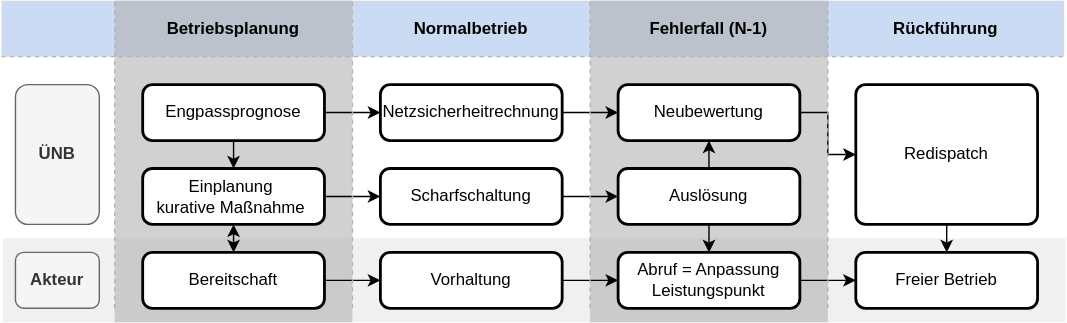
This is figures/chapter_2/curative_process.svg from nikolaus0812/Masterarbeit-Ausgestaltung-eines-Marktmechanismus-fuer-kurative-Systemfuehrung-zur-Engpassbehebung, a draw.io export, as it was before one commit. Source tidied: cells renumbered, new cells last; positions are measured from the earlier drawing's top-left corner, leaving out a move shared by most shapes.
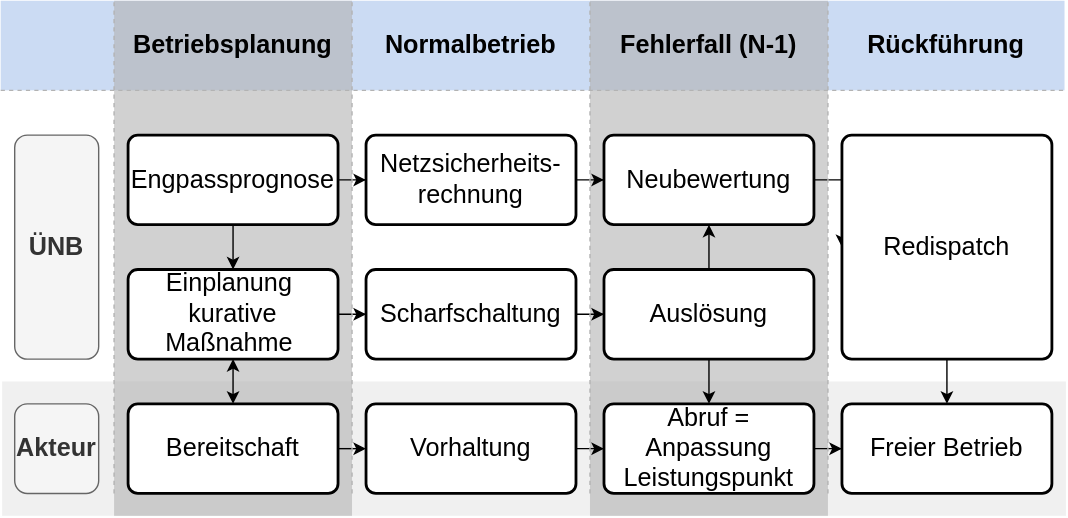
Above is the later version.

What changed in the source:
```diff
@@ -2,17 +2,17 @@
   <root>
     <mxCell id="0" />
     <mxCell id="1" parent="0" />
-    <mxCell id="2" style="rounded=0;whiteSpace=wrap;html=1;opacity=60;gradientColor=none;fillColor=light-dark(#E6E6E6,#EDEDED);strokeColor=none;fontSize=12;" parent="1" vertex="1">
-      <mxGeometry x="1" y="170" width="760" height="60" as="geometry" />
+    <mxCell id="2" style="rounded=0;whiteSpace=wrap;html=1;opacity=60;gradientColor=none;fillColor=light-dark(#E6E6E6,#EDEDED);strokeColor=none;fontSize=18;" parent="1" vertex="1">
+      <mxGeometry x="1" y="284" width="760" height="96" as="geometry" />
     </mxCell>
-    <mxCell id="3" style="rounded=0;whiteSpace=wrap;html=1;opacity=60;gradientColor=none;fillColor=light-dark(#A9C4EB,#EDEDED);strokeColor=none;fontSize=12;" parent="1" vertex="1">
-      <mxGeometry width="760" height="40" as="geometry" />
+    <mxCell id="3" style="rounded=0;whiteSpace=wrap;html=1;opacity=60;gradientColor=none;fillColor=light-dark(#A9C4EB,#EDEDED);strokeColor=none;fontSize=18;" parent="1" vertex="1">
+      <mxGeometry y="12" width="760" height="64" as="geometry" />
     </mxCell>
-    <mxCell id="4" style="rounded=0;whiteSpace=wrap;html=1;opacity=60;gradientColor=none;fillColor=light-dark(#B3B3B3,#EDEDED);strokeColor=none;fontSize=12;" parent="1" vertex="1">
-      <mxGeometry x="421" width="170" height="230" as="geometry" />
+    <mxCell id="4" style="rounded=0;whiteSpace=wrap;html=1;opacity=60;gradientColor=none;fillColor=light-dark(#B3B3B3,#EDEDED);strokeColor=none;fontSize=18;" parent="1" vertex="1">
+      <mxGeometry x="421" y="12" width="170" height="368" as="geometry" />
     </mxCell>
-    <mxCell id="5" style="rounded=0;whiteSpace=wrap;html=1;opacity=60;gradientColor=none;fillColor=light-dark(#B3B3B3,#EDEDED);strokeColor=none;fontSize=12;" parent="1" vertex="1">
-      <mxGeometry x="81" width="170" height="230" as="geometry" />
+    <mxCell id="5" style="rounded=0;whiteSpace=wrap;html=1;opacity=60;gradientColor=none;fillColor=light-dark(#B3B3B3,#EDEDED);strokeColor=none;fontSize=18;" parent="1" vertex="1">
+      <mxGeometry x="81" y="12" width="170" height="368" as="geometry" />
     </mxCell>
     <mxCell id="6" style="edgeStyle=orthogonalEdgeStyle;rounded=0;jettySize=auto;html=1;exitX=0.5;exitY=1;exitDx=0;exitDy=0;entryX=0.5;entryY=0;entryDx=0;entryDy=0;" parent="1" edge="1" source="8" target="13">
       <mxGeometry relative="1" as="geometry" />
@@ -20,79 +20,79 @@
     <mxCell id="7" style="edgeStyle=orthogonalEdgeStyle;rounded=0;jettySize=auto;html=1;" parent="1" edge="1" source="8" target="20">
       <mxGeometry relative="1" as="geometry" />
     </mxCell>
-    <mxCell id="8" value="Engpassprognose" style="rounded=1;whiteSpace=wrap;html=1;absoluteArcSize=1;arcSize=14;strokeWidth=2;fontSize=12;" parent="1" vertex="1">
-      <mxGeometry x="101" y="60" width="130" height="40" as="geometry" />
+    <mxCell id="8" value="Engpassprognose" style="rounded=1;whiteSpace=wrap;html=1;absoluteArcSize=1;arcSize=14;strokeWidth=2;fontSize=18;" parent="1" vertex="1">
+      <mxGeometry x="91" y="108" width="150" height="64" as="geometry" />
     </mxCell>
-    <mxCell id="9" value="ÜNB" style="text;html=1;whiteSpace=wrap;strokeColor=#666666;fillColor=#f5f5f5;align=center;verticalAlign=middle;rounded=1;fontSize=12;fontStyle=1;fontColor=#333333;" parent="1" vertex="1">
-      <mxGeometry x="10" y="60" width="60" height="100" as="geometry" />
+    <mxCell id="9" value="ÜNB" style="text;html=1;whiteSpace=wrap;strokeColor=#666666;fillColor=#f5f5f5;align=center;verticalAlign=middle;rounded=1;fontSize=18;fontStyle=1;fontColor=#333333;" parent="1" vertex="1">
+      <mxGeometry x="10" y="108" width="60" height="160" as="geometry" />
     </mxCell>
-    <mxCell id="10" value="Akteur" style="text;html=1;whiteSpace=wrap;strokeColor=#666666;fillColor=#f5f5f5;align=center;verticalAlign=middle;rounded=1;fontSize=12;fontStyle=1;fontColor=#333333;" parent="1" vertex="1">
-      <mxGeometry x="10" y="180" width="60" height="40" as="geometry" />
+    <mxCell id="10" value="Akteur" style="text;html=1;whiteSpace=wrap;strokeColor=#666666;fillColor=#f5f5f5;align=center;verticalAlign=middle;rounded=1;fontSize=18;fontStyle=1;fontColor=#333333;" parent="1" vertex="1">
+      <mxGeometry x="10" y="300" width="60" height="64" as="geometry" />
     </mxCell>
     <mxCell id="11" style="edgeStyle=orthogonalEdgeStyle;rounded=0;jettySize=auto;html=1;entryX=0.5;entryY=0;entryDx=0;entryDy=0;startArrow=classic;startFill=1;" parent="1" edge="1" target="15">
       <mxGeometry relative="1" as="geometry">
-        <mxPoint x="166" y="160" as="sourcePoint" />
+        <mxPoint x="166" y="268" as="sourcePoint" />
       </mxGeometry>
     </mxCell>
     <mxCell id="12" style="edgeStyle=orthogonalEdgeStyle;rounded=0;jettySize=auto;html=1;exitX=1;exitY=0.5;exitDx=0;exitDy=0;" parent="1" edge="1" source="13" target="22">
       <mxGeometry relative="1" as="geometry" />
     </mxCell>
-    <mxCell id="13" value="Einplanung&amp;nbsp;&lt;div&gt;kurative Maßnahme&amp;nbsp;&lt;/div&gt;" style="rounded=1;whiteSpace=wrap;html=1;absoluteArcSize=1;arcSize=14;strokeWidth=2;fontSize=12;" parent="1" vertex="1">
-      <mxGeometry x="101" y="120" width="130" height="40" as="geometry" />
+    <mxCell id="13" value="Einplanung&amp;nbsp;&lt;div&gt;kurative Maßnahme&amp;nbsp;&lt;/div&gt;" style="rounded=1;whiteSpace=wrap;html=1;absoluteArcSize=1;arcSize=14;strokeWidth=2;fontSize=18;" parent="1" vertex="1">
+      <mxGeometry x="91" y="204" width="150" height="64" as="geometry" />
     </mxCell>
     <mxCell id="14" style="edgeStyle=orthogonalEdgeStyle;rounded=0;jettySize=auto;html=1;exitX=1;exitY=0.5;exitDx=0;exitDy=0;entryX=0;entryY=0.5;entryDx=0;entryDy=0;" parent="1" edge="1" source="15" target="24">
       <mxGeometry relative="1" as="geometry" />
     </mxCell>
-    <mxCell id="15" value="Bereitschaft" style="rounded=1;whiteSpace=wrap;html=1;absoluteArcSize=1;arcSize=14;strokeWidth=2;fontSize=12;" parent="1" vertex="1">
-      <mxGeometry x="101" y="180" width="130" height="40" as="geometry" />
+    <mxCell id="15" value="Bereitschaft" style="rounded=1;whiteSpace=wrap;html=1;absoluteArcSize=1;arcSize=14;strokeWidth=2;fontSize=18;" parent="1" vertex="1">
+      <mxGeometry x="91" y="300" width="150" height="64" as="geometry" />
     </mxCell>
-    <mxCell id="16" style="endArrow=none;html=1;rounded=1;dashed=1;curved=0;strokeColor=#B3B3B3;fontSize=12;" parent="1" edge="1">
+    <mxCell id="16" style="endArrow=none;html=1;rounded=1;dashed=1;curved=0;strokeColor=#B3B3B3;fontSize=18;" parent="1" edge="1">
       <mxGeometry relative="1" as="geometry">
-        <mxPoint x="81" y="220" as="sourcePoint" />
-        <mxPoint x="81" as="targetPoint" />
+        <mxPoint x="81" y="364" as="sourcePoint" />
+        <mxPoint x="81" y="12" as="targetPoint" />
       </mxGeometry>
     </mxCell>
-    <mxCell id="17" style="endArrow=none;html=1;rounded=1;dashed=1;curved=0;strokeColor=#B3B3B3;fontSize=12;" parent="1" edge="1">
+    <mxCell id="17" style="endArrow=none;html=1;rounded=1;dashed=1;curved=0;strokeColor=#B3B3B3;fontSize=18;" parent="1" edge="1">
       <mxGeometry relative="1" as="geometry">
-        <mxPoint x="251" y="220" as="sourcePoint" />
-        <mxPoint x="251" as="targetPoint" />
+        <mxPoint x="251" y="364" as="sourcePoint" />
+        <mxPoint x="251" y="12" as="targetPoint" />
       </mxGeometry>
     </mxCell>
-    <mxCell id="18" style="endArrow=none;html=1;rounded=1;dashed=1;curved=0;strokeColor=#B3B3B3;fontSize=12;" parent="1" edge="1">
+    <mxCell id="18" style="endArrow=none;html=1;rounded=1;dashed=1;curved=0;strokeColor=#B3B3B3;fontSize=18;" parent="1" edge="1">
       <mxGeometry relative="1" as="geometry">
-        <mxPoint y="40" as="sourcePoint" />
-        <mxPoint x="760" y="40" as="targetPoint" />
+        <mxPoint y="76" as="sourcePoint" />
+        <mxPoint x="760" y="76" as="targetPoint" />
       </mxGeometry>
     </mxCell>
     <mxCell id="19" style="edgeStyle=orthogonalEdgeStyle;rounded=0;jettySize=auto;html=1;" parent="1" edge="1" source="20" target="27">
       <mxGeometry relative="1" as="geometry" />
     </mxCell>
-    <mxCell id="20" value="Netzsicherheitrechnung" style="rounded=1;whiteSpace=wrap;html=1;absoluteArcSize=1;arcSize=14;strokeWidth=2;fontSize=12;" parent="1" vertex="1">
-      <mxGeometry x="271" y="60" width="130" height="40" as="geometry" />
+    <mxCell id="20" value="Netzsicherheits-&#10;rechnung" style="rounded=1;whiteSpace=wrap;html=1;absoluteArcSize=1;arcSize=14;strokeWidth=2;fontSize=18;" parent="1" vertex="1">
+      <mxGeometry x="261" y="108" width="150" height="64" as="geometry" />
     </mxCell>
     <mxCell id="21" style="edgeStyle=orthogonalEdgeStyle;rounded=0;jettySize=auto;html=1;" parent="1" edge="1" source="22" target="30">
       <mxGeometry relative="1" as="geometry" />
     </mxCell>
-    <mxCell id="22" value="Scharfschaltung" style="rounded=1;whiteSpace=wrap;html=1;absoluteArcSize=1;arcSize=14;strokeWidth=2;fontSize=12;" parent="1" vertex="1">
-      <mxGeometry x="271" y="120" width="130" height="40" as="geometry" />
+    <mxCell id="22" value="Scharfschaltung" style="rounded=1;whiteSpace=wrap;html=1;absoluteArcSize=1;arcSize=14;strokeWidth=2;fontSize=18;" parent="1" vertex="1">
+      <mxGeometry x="261" y="204" width="150" height="64" as="geometry" />
     </mxCell>
     <mxCell id="23" style="edgeStyle=orthogonalEdgeStyle;rounded=0;jettySize=auto;html=1;exitX=1;exitY=0.5;exitDx=0;exitDy=0;" parent="1" edge="1" source="24" target="32">
       <mxGeometry relative="1" as="geometry" />
     </mxCell>
-    <mxCell id="24" value="Vorhaltung" style="rounded=1;whiteSpace=wrap;html=1;absoluteArcSize=1;arcSize=14;strokeWidth=2;fontSize=12;" parent="1" vertex="1">
-      <mxGeometry x="271" y="180" width="130" height="40" as="geometry" />
+    <mxCell id="24" value="Vorhaltung" style="rounded=1;whiteSpace=wrap;html=1;absoluteArcSize=1;arcSize=14;strokeWidth=2;fontSize=18;" parent="1" vertex="1">
+      <mxGeometry x="261" y="300" width="150" height="64" as="geometry" />
     </mxCell>
-    <mxCell id="25" style="endArrow=none;html=1;rounded=1;dashed=1;curved=0;strokeColor=#B3B3B3;fontSize=12;" parent="1" edge="1">
+    <mxCell id="25" style="endArrow=none;html=1;rounded=1;dashed=1;curved=0;strokeColor=#B3B3B3;fontSize=18;" parent="1" edge="1">
       <mxGeometry relative="1" as="geometry">
-        <mxPoint x="421" y="220" as="sourcePoint" />
-        <mxPoint x="421" as="targetPoint" />
+        <mxPoint x="421" y="364" as="sourcePoint" />
+        <mxPoint x="421" y="12" as="targetPoint" />
       </mxGeometry>
     </mxCell>
     <mxCell id="26" style="edgeStyle=orthogonalEdgeStyle;rounded=0;jettySize=auto;html=1;" parent="1" edge="1" source="27" target="35">
       <mxGeometry relative="1" as="geometry" />
     </mxCell>
-    <mxCell id="27" value="Neubewertung" style="rounded=1;whiteSpace=wrap;html=1;absoluteArcSize=1;arcSize=14;strokeWidth=2;fontSize=12;" parent="1" vertex="1">
-      <mxGeometry x="441" y="60" width="130" height="40" as="geometry" />
+    <mxCell id="27" value="Neubewertung" style="rounded=1;whiteSpace=wrap;html=1;absoluteArcSize=1;arcSize=14;strokeWidth=2;fontSize=18;" parent="1" vertex="1">
+      <mxGeometry x="431" y="108" width="150" height="64" as="geometry" />
     </mxCell>
     <mxCell id="28" style="edgeStyle=orthogonalEdgeStyle;rounded=0;jettySize=auto;html=1;exitX=0.5;exitY=1;exitDx=0;exitDy=0;entryX=0.5;entryY=0;entryDx=0;entryDy=0;" parent="1" edge="1" source="30" target="32">
       <mxGeometry relative="1" as="geometry" />
@@ -100,41 +100,41 @@
     <mxCell id="29" style="edgeStyle=orthogonalEdgeStyle;rounded=0;jettySize=auto;html=1;exitX=0.5;exitY=0;exitDx=0;exitDy=0;entryX=0.5;entryY=1;entryDx=0;entryDy=0;" parent="1" edge="1" source="30" target="27">
       <mxGeometry relative="1" as="geometry" />
     </mxCell>
-    <mxCell id="30" value="Auslösung" style="rounded=1;whiteSpace=wrap;html=1;absoluteArcSize=1;arcSize=14;strokeWidth=2;fontSize=12;" parent="1" vertex="1">
-      <mxGeometry x="441" y="120" width="130" height="40" as="geometry" />
+    <mxCell id="30" value="Auslösung" style="rounded=1;whiteSpace=wrap;html=1;absoluteArcSize=1;arcSize=14;strokeWidth=2;fontSize=18;" parent="1" vertex="1">
+      <mxGeometry x="431" y="204" width="150" height="64" as="geometry" />
     </mxCell>
     <mxCell id="31" style="edgeStyle=orthogonalEdgeStyle;rounded=0;jettySize=auto;html=1;" parent="1" edge="1" source="32" target="36">
       <mxGeometry relative="1" as="geometry" />
     </mxCell>
-    <mxCell id="32" value="Abruf = Anpassung Leistungspunkt" style="rounded=1;whiteSpace=wrap;html=1;absoluteArcSize=1;arcSize=14;strokeWidth=2;fontSize=12;" parent="1" vertex="1">
-      <mxGeometry x="441" y="180" width="130" height="40" as="geometry" />
+    <mxCell id="32" value="Abruf = Anpassung Leistungspunkt" style="rounded=1;whiteSpace=wrap;html=1;absoluteArcSize=1;arcSize=14;strokeWidth=2;fontSize=18;" parent="1" vertex="1">
+      <mxGeometry x="431" y="300" width="150" height="64" as="geometry" />
     </mxCell>
-    <mxCell id="33" style="endArrow=none;html=1;rounded=1;dashed=1;curved=0;strokeColor=#B3B3B3;fontSize=12;" parent="1" edge="1">
+    <mxCell id="33" style="endArrow=none;html=1;rounded=1;dashed=1;curved=0;strokeColor=#B3B3B3;fontSize=18;" parent="1" edge="1">
       <mxGeometry relative="1" as="geometry">
-        <mxPoint x="591" y="220" as="sourcePoint" />
-        <mxPoint x="591" as="targetPoint" />
+        <mxPoint x="591" y="364" as="sourcePoint" />
+        <mxPoint x="591" y="12" as="targetPoint" />
       </mxGeometry>
     </mxCell>
     <mxCell id="34" style="edgeStyle=orthogonalEdgeStyle;rounded=0;jettySize=auto;html=1;" parent="1" edge="1" source="35" target="36">
       <mxGeometry relative="1" as="geometry" />
     </mxCell>
-    <mxCell id="35" value="Redispatch" style="rounded=1;whiteSpace=wrap;html=1;absoluteArcSize=1;arcSize=14;strokeWidth=2;fontSize=12;" parent="1" vertex="1">
-      <mxGeometry x="611" y="60" width="130" height="100" as="geometry" />
+    <mxCell id="35" value="Redispatch" style="rounded=1;whiteSpace=wrap;html=1;absoluteArcSize=1;arcSize=14;strokeWidth=2;fontSize=18;" parent="1" vertex="1">
+      <mxGeometry x="601" y="108" width="150" height="160" as="geometry" />
     </mxCell>
-    <mxCell id="36" value="Freier Betrieb" style="rounded=1;whiteSpace=wrap;html=1;absoluteArcSize=1;arcSize=14;strokeWidth=2;fontSize=12;" parent="1" vertex="1">
-      <mxGeometry x="611" y="180" width="130" height="40" as="geometry" />
+    <mxCell id="36" value="Freier Betrieb" style="rounded=1;whiteSpace=wrap;html=1;absoluteArcSize=1;arcSize=14;strokeWidth=2;fontSize=18;" parent="1" vertex="1">
+      <mxGeometry x="601" y="300" width="150" height="64" as="geometry" />
     </mxCell>
-    <mxCell id="37" value="&lt;b&gt;Betriebsplanung&lt;/b&gt;" style="text;html=1;whiteSpace=wrap;strokeColor=none;fillColor=none;align=center;verticalAlign=middle;rounded=0;fontSize=12;" parent="1" vertex="1">
-      <mxGeometry x="81" width="170" height="40" as="geometry" />
+    <mxCell id="37" value="&lt;b&gt;Betriebsplanung&lt;/b&gt;" style="text;html=1;whiteSpace=wrap;strokeColor=none;fillColor=none;align=center;verticalAlign=middle;rounded=0;fontSize=18;" parent="1" vertex="1">
+      <mxGeometry x="81" y="12" width="170" height="64" as="geometry" />
     </mxCell>
-    <mxCell id="38" value="&lt;b&gt;Normalbetrieb&lt;/b&gt;" style="text;html=1;whiteSpace=wrap;strokeColor=none;fillColor=none;align=center;verticalAlign=middle;rounded=0;fontSize=12;" parent="1" vertex="1">
-      <mxGeometry x="251" width="170" height="40" as="geometry" />
+    <mxCell id="38" value="&lt;b&gt;Normalbetrieb&lt;/b&gt;" style="text;html=1;whiteSpace=wrap;strokeColor=none;fillColor=none;align=center;verticalAlign=middle;rounded=0;fontSize=18;" parent="1" vertex="1">
+      <mxGeometry x="251" y="12" width="170" height="64" as="geometry" />
     </mxCell>
-    <mxCell id="39" value="&lt;b&gt;Fehlerfall (N-1)&lt;/b&gt;" style="text;html=1;whiteSpace=wrap;strokeColor=none;fillColor=none;align=center;verticalAlign=middle;rounded=0;fontSize=12;" parent="1" vertex="1">
-      <mxGeometry x="421" width="170" height="40" as="geometry" />
+    <mxCell id="39" value="&lt;b&gt;Fehlerfall (N-1)&lt;/b&gt;" style="text;html=1;whiteSpace=wrap;strokeColor=none;fillColor=none;align=center;verticalAlign=middle;rounded=0;fontSize=18;" parent="1" vertex="1">
+      <mxGeometry x="421" y="12" width="170" height="64" as="geometry" />
     </mxCell>
-    <mxCell id="40" value="&lt;b&gt;Rückführung&lt;/b&gt;" style="text;html=1;whiteSpace=wrap;strokeColor=none;fillColor=none;align=center;verticalAlign=middle;rounded=0;fontSize=12;" parent="1" vertex="1">
-      <mxGeometry x="590" width="171" height="40" as="geometry" />
+    <mxCell id="40" value="&lt;b&gt;Rückführung&lt;/b&gt;" style="text;html=1;whiteSpace=wrap;strokeColor=none;fillColor=none;align=center;verticalAlign=middle;rounded=0;fontSize=18;" parent="1" vertex="1">
+      <mxGeometry x="590" y="12" width="171" height="64" as="geometry" />
     </mxCell>
   </root>
 </mxGraphModel>
```
